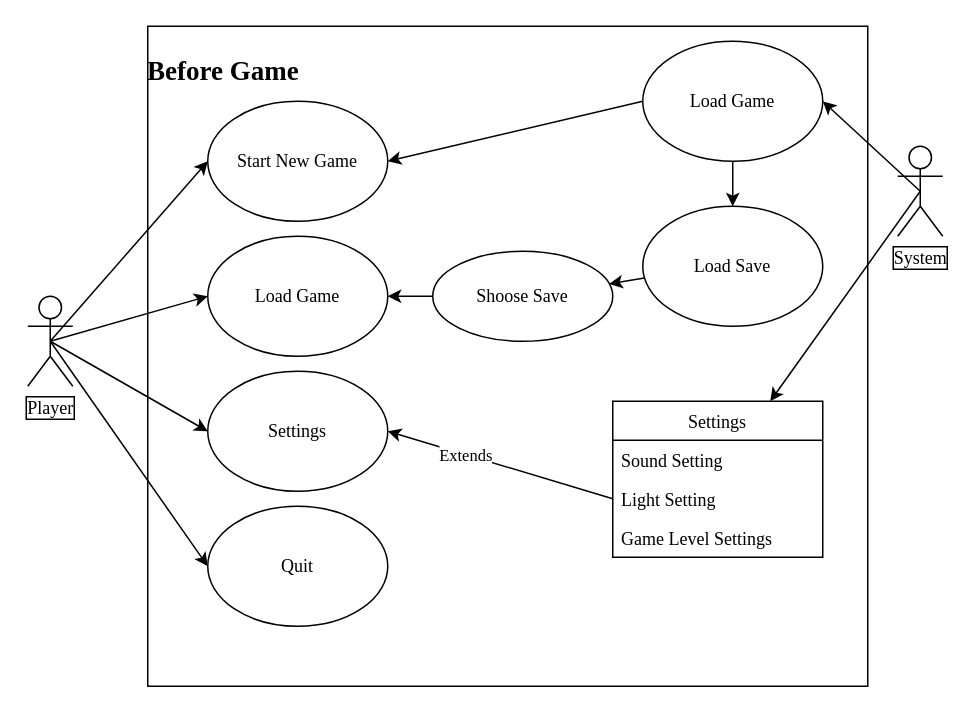
Above: page "Before Game" (1 of 4) of drawio/Game Design Document.drawio in hyperv0id/Pictures (draw.io), before the change. Source tidied: cells renumbered, new cells numbered last; positions are measured from the earlier drawing's top-left corner, leaving out a move shared by most shapes. Both pictures are drawn from the tidied source at 150%, with x=0, y=0 at pixel (27, 26).
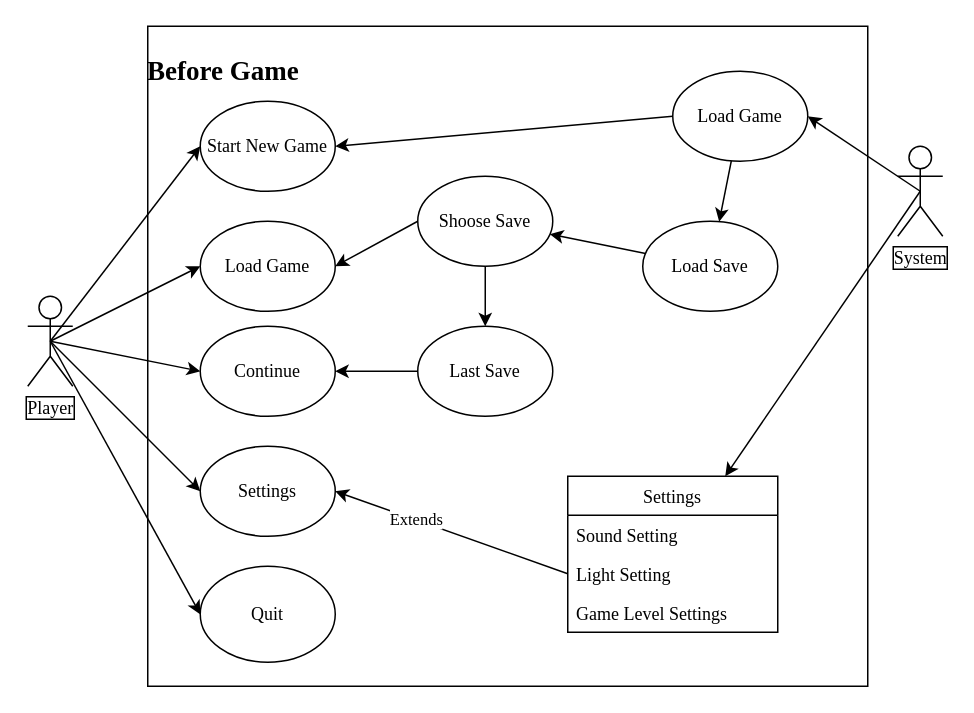
The same diagram, later.

The change refers to these unchanged cells:
```xml
<mxCell id="7" value="Player" style="shape=umlActor;verticalLabelPosition=bottom;verticalAlign=top;html=1;outlineConnect=0;labelBackgroundColor=#ffffff;labelBorderColor=default;fontFamily=Times New Roman;" parent="1" vertex="1">
  <mxGeometry y="180" width="30" height="60" as="geometry" />
</mxCell>
```

The edit, as a diff of the source:
```diff
@@
     <mxCell id="11" value="Start New Game" style="ellipse;whiteSpace=wrap;html=1;labelBackgroundColor=#ffffff;labelBorderColor=none;fontFamily=Times New Roman;" parent="1" vertex="1">
-      <mxGeometry x="120" y="50" width="120" height="80" as="geometry" />
+      <mxGeometry x="115" y="50" width="90" height="60" as="geometry" />
     </mxCell>
     <mxCell id="12" value="Load Game" style="ellipse;whiteSpace=wrap;html=1;labelBackgroundColor=#ffffff;labelBorderColor=none;fontFamily=Times New Roman;" parent="1" vertex="1">
-      <mxGeometry x="120" y="140" width="120" height="80" as="geometry" />
+      <mxGeometry x="115" y="130" width="90" height="60" as="geometry" />
     </mxCell>
     <mxCell id="13" value="Settings" style="ellipse;whiteSpace=wrap;html=1;labelBackgroundColor=#ffffff;labelBorderColor=none;fontFamily=Times New Roman;" parent="1" vertex="1">
-      <mxGeometry x="120" y="230" width="120" height="80" as="geometry" />
+      <mxGeometry x="115" y="280" width="90" height="60" as="geometry" />
     </mxCell>
     <mxCell id="14" value="Quit" style="ellipse;whiteSpace=wrap;html=1;labelBackgroundColor=#ffffff;labelBorderColor=none;fontFamily=Times New Roman;" parent="1" vertex="1">
-      <mxGeometry x="120" y="320" width="120" height="80" as="geometry" />
+      <mxGeometry x="115" y="360" width="90" height="64" as="geometry" />
     </mxCell>
@@
     <mxCell id="17" value="Load Game" style="ellipse;whiteSpace=wrap;html=1;labelBackgroundColor=#ffffff;labelBorderColor=none;fontFamily=Times New Roman;" parent="1" vertex="1">
-      <mxGeometry x="410" y="10" width="120" height="80" as="geometry" />
+      <mxGeometry x="430" y="30" width="90" height="60" as="geometry" />
     </mxCell>
@@
     <mxCell id="19" value="Load Save" style="ellipse;whiteSpace=wrap;html=1;labelBackgroundColor=#ffffff;labelBorderColor=none;fontFamily=Times New Roman;" parent="1" vertex="1">
-      <mxGeometry x="410" y="120" width="120" height="80" as="geometry" />
+      <mxGeometry x="410" y="130" width="90" height="60" as="geometry" />
     </mxCell>
@@
     <mxCell id="21" value="Shoose Save" style="ellipse;whiteSpace=wrap;html=1;fontFamily=Times New Roman;labelBackgroundColor=#ffffff;labelBorderColor=none;" parent="1" vertex="1">
-      <mxGeometry x="270" y="150" width="120" height="60" as="geometry" />
+      <mxGeometry x="260" y="100" width="90" height="60" as="geometry" />
     </mxCell>
     <mxCell id="22" value="Settings" style="swimlane;fontStyle=0;horizontal=1;startSize=26;fillColor=none;labelBackgroundColor=#ffffff;labelBorderColor=none;fontFamily=Times New Roman;" parent="1" vertex="1">
-      <mxGeometry x="390" y="250" width="140" height="104" as="geometry" />
+      <mxGeometry x="360" y="300" width="140" height="104" as="geometry" />
     </mxCell>
@@
+    <mxCell id="28" value="Continue" style="ellipse;whiteSpace=wrap;html=1;labelBackgroundColor=#ffffff;labelBorderColor=none;fontFamily=Times New Roman;" parent="1" vertex="1">
+      <mxGeometry x="115" y="200" width="90" height="60" as="geometry" />
+    </mxCell>
+    <mxCell id="29" style="edgeStyle=none;rounded=0;jettySize=auto;html=1;exitX=0.5;exitY=0.5;exitDx=0;exitDy=0;exitPerimeter=0;entryX=0;entryY=0.5;entryDx=0;entryDy=0;fontFamily=Times New Roman;" parent="1" edge="1" source="7" target="28">
+      <mxGeometry relative="1" as="geometry" />
+    </mxCell>
+    <mxCell id="30" style="edgeStyle=none;rounded=0;jettySize=auto;html=1;exitX=0;exitY=0.5;exitDx=0;exitDy=0;entryX=1;entryY=0.5;entryDx=0;entryDy=0;fontFamily=Times New Roman;" parent="1" edge="1" source="31" target="28">
+      <mxGeometry relative="1" as="geometry" />
+    </mxCell>
+    <mxCell id="31" value="Last Save" style="ellipse;whiteSpace=wrap;html=1;fontFamily=Times New Roman;labelBackgroundColor=#ffffff;labelBorderColor=none;" parent="1" vertex="1">
+      <mxGeometry x="260" y="200" width="90" height="60" as="geometry" />
+    </mxCell>
+    <mxCell id="32" style="edgeStyle=none;rounded=0;jettySize=auto;html=1;exitX=0.5;exitY=1;exitDx=0;exitDy=0;entryX=0.5;entryY=0;entryDx=0;entryDy=0;fontFamily=Times New Roman;" parent="1" edge="1" source="21" target="31">
+      <mxGeometry relative="1" as="geometry" />
+    </mxCell>
```
